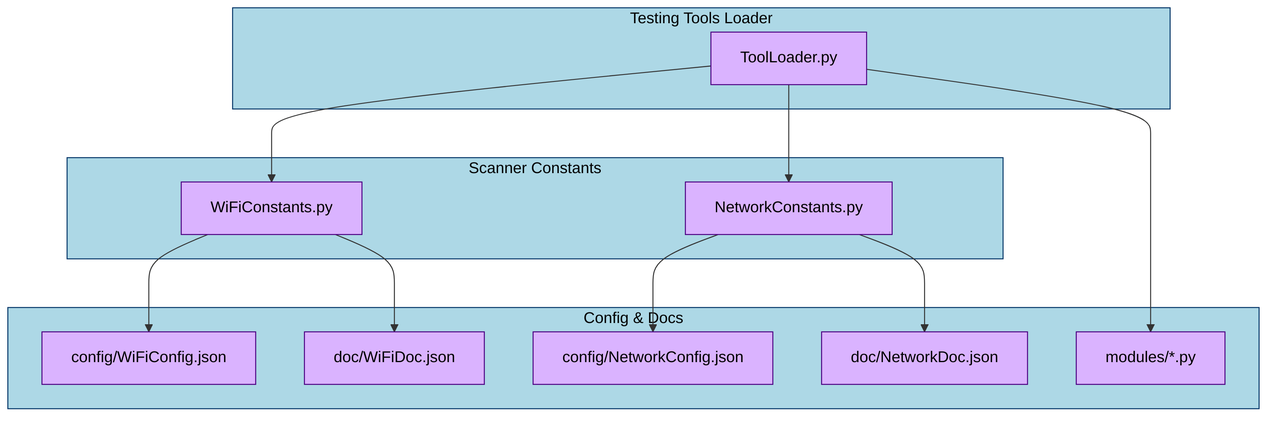
nigelgalbraith/portfolio keeps this Mermaid diagram as projects/images/main/optimized/desktop/standard/TestingToolsStructure.png. Above is the earlier version. Its source is kept beside it as diagrams/siteMaps/TestingToolsStructure.mmd. The source it was exported from:
```mermaid
graph TD

  subgraph Loader [Testing Tools Loader]
    ToolLoader[ToolLoader.py]
  end

  subgraph Constants Files [Scanner Constants]
    WiFiConstants[WiFiConstants.py]
    NetworkConstants[NetworkConstants.py]
  end

  subgraph ConfigAndDocs [Config & Docs]
    WiFiConfig[config/WiFiConfig.json]
    WiFiDoc[doc/WiFiDoc.json]
    NetworkConfig[config/NetworkConfig.json]
    NetworkDoc[doc/NetworkDoc.json]
    SharedModules[modules/*.py]
  end

  ToolLoader --> WiFiConstants
  ToolLoader --> NetworkConstants
  WiFiConstants --> WiFiConfig
  WiFiConstants --> WiFiDoc
  NetworkConstants --> NetworkConfig
  NetworkConstants --> NetworkDoc
  ToolLoader --> SharedModules
  class ToolLoader primary
  class WiFiConstants secondary
  class NetworkConstants secondary
  class WiFiConfig tertiary
  class WiFiDoc tertiary
  class NetworkConfig tertiary
  class NetworkDoc tertiary
  class SharedModules tertiary
```
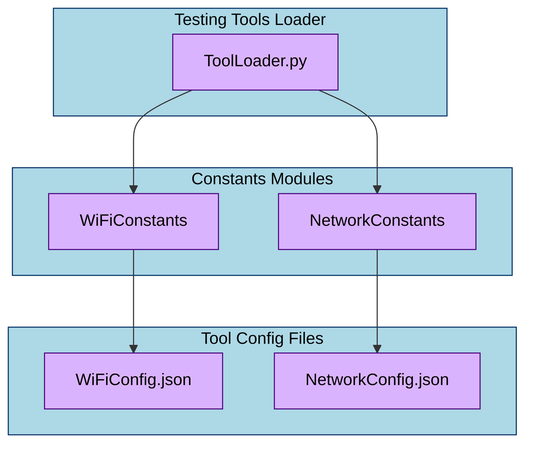
After the commit.

What changed in the source:
```diff
@@ -4,31 +4,22 @@
     ToolLoader[ToolLoader.py]
   end
 
-  subgraph Constants Files [Scanner Constants]
-    WiFiConstants[WiFiConstants.py]
-    NetworkConstants[NetworkConstants.py]
+  subgraph Constants Files [Constants Modules]
+    WiFiConstants[WiFiConstants]
+    NetworkConstants[NetworkConstants]
   end
 
-  subgraph ConfigAndDocs [Config & Docs]
-    WiFiConfig[config/WiFiConfig.json]
-    WiFiDoc[doc/WiFiDoc.json]
-    NetworkConfig[config/NetworkConfig.json]
-    NetworkDoc[doc/NetworkDoc.json]
-    SharedModules[modules/*.py]
+  subgraph Tool Configs [Tool Config Files]
+    WiFiConfig[WiFiConfig.json]
+    NetworkConfig[NetworkConfig.json]
   end
 
   ToolLoader --> WiFiConstants
   ToolLoader --> NetworkConstants
   WiFiConstants --> WiFiConfig
-  WiFiConstants --> WiFiDoc
   NetworkConstants --> NetworkConfig
-  NetworkConstants --> NetworkDoc
-  ToolLoader --> SharedModules
   class ToolLoader primary
   class WiFiConstants secondary
   class NetworkConstants secondary
   class WiFiConfig tertiary
-  class WiFiDoc tertiary
   class NetworkConfig tertiary
-  class NetworkDoc tertiary
-  class SharedModules tertiary
```
